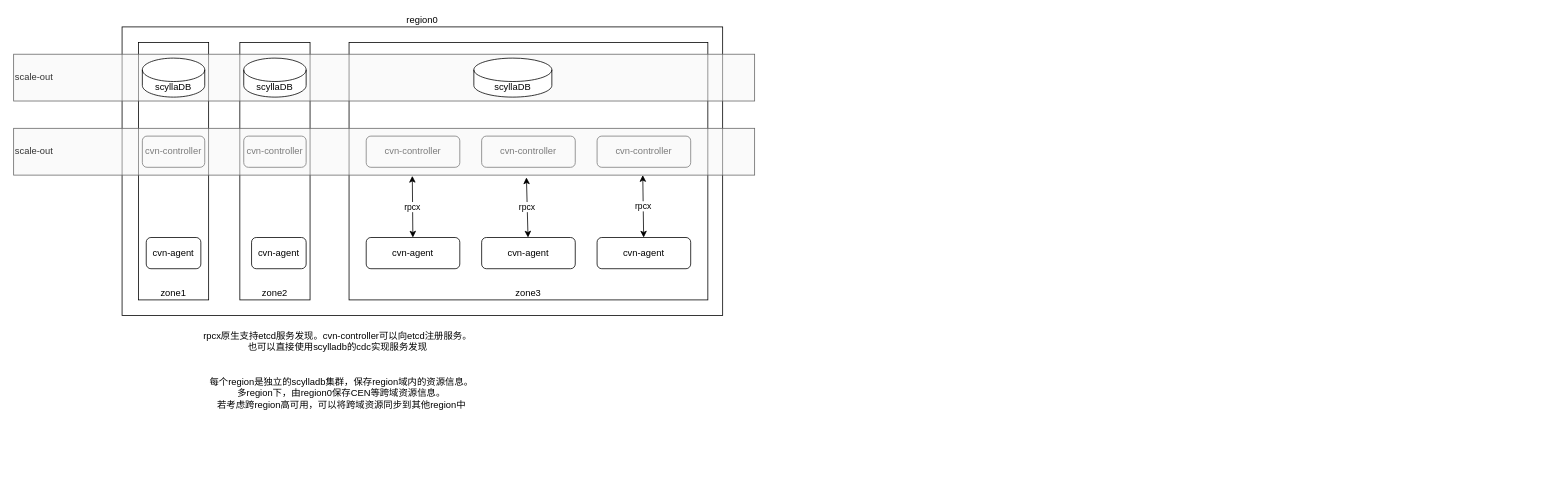
This is cvn.drawio from shenjiangc/openSDN, a draw.io file, before an edit. Source tidied: cells renumbered, new cells numbered last; positions are measured from the earlier drawing's top-left corner, leaving out a move shared by most shapes. Both pictures are drawn from the tidied source at 78%, with x=0, y=0 at pixel (13, 27).
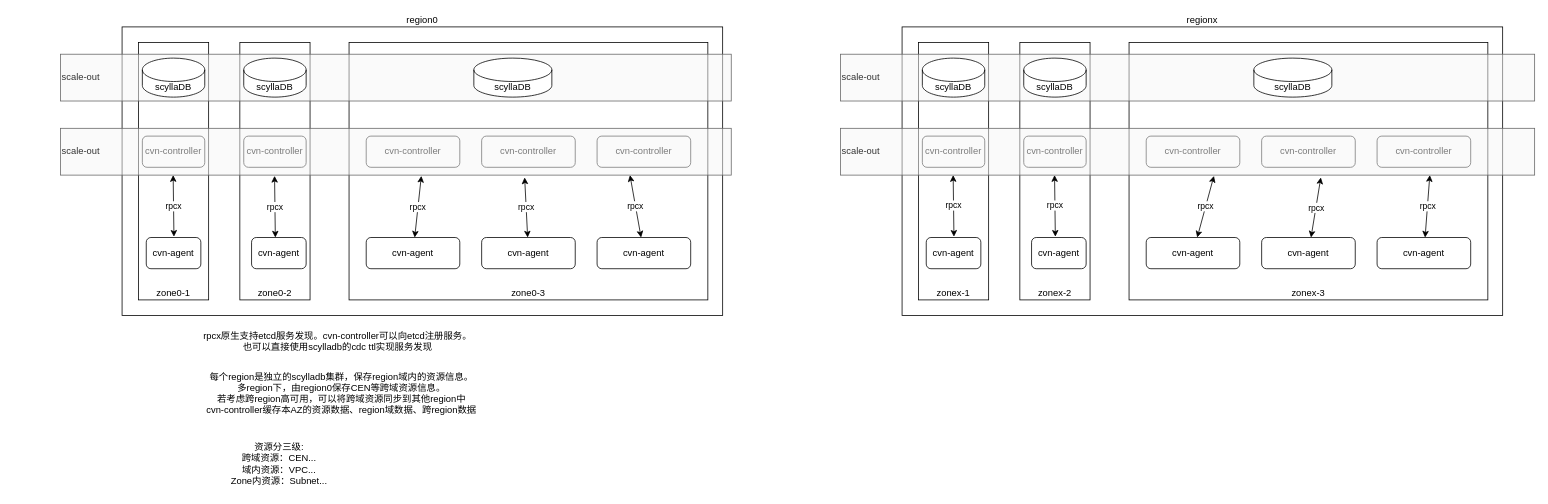
After the change.

Unchanged cells that the change refers to:
```xml
<mxCell id="11" value="cvn-agent" style="rounded=1;whiteSpace=wrap;html=1;" parent="1" vertex="1">
  <mxGeometry x="452" y="270" width="120" height="40" as="geometry" />
</mxCell>
```

The edit, as a diff of the source:
```diff
@@
-    <mxCell id="3" value="zone3" style="rounded=0;whiteSpace=wrap;html=1;verticalAlign=bottom;" parent="1" vertex="1">
+    <mxCell id="3" value="zone0-3" style="rounded=0;whiteSpace=wrap;html=1;verticalAlign=bottom;" parent="1" vertex="1">
       <mxGeometry x="430" y="20" width="460" height="330" as="geometry" />
     </mxCell>
-    <mxCell id="4" value="zone1" style="rounded=0;whiteSpace=wrap;html=1;verticalAlign=bottom;" parent="1" vertex="1">
+    <mxCell id="4" value="zone0-1" style="rounded=0;whiteSpace=wrap;html=1;verticalAlign=bottom;" parent="1" vertex="1">
       <mxGeometry x="160" y="20" width="90" height="330" as="geometry" />
     </mxCell>
-    <mxCell id="5" value="zone2" style="rounded=0;whiteSpace=wrap;html=1;verticalAlign=bottom;" parent="1" vertex="1">
+    <mxCell id="5" value="zone0-2" style="rounded=0;whiteSpace=wrap;html=1;verticalAlign=bottom;" parent="1" vertex="1">
       <mxGeometry x="290" y="20" width="90" height="330" as="geometry" />
     </mxCell>
@@
     <mxCell id="14" value="scale-out" style="rounded=0;whiteSpace=wrap;html=1;fillColor=#f5f5f5;fontColor=#333333;strokeColor=#666666;fillOpacity=50;align=left;" parent="1" vertex="1">
-      <mxGeometry y="35" width="950" height="60" as="geometry" />
+      <mxGeometry x="60" y="35" width="860" height="60" as="geometry" />
     </mxCell>
     <mxCell id="15" value="scale-out" style="rounded=0;whiteSpace=wrap;html=1;fillColor=#f5f5f5;fontColor=#333333;strokeColor=#666666;fillOpacity=50;align=left;" parent="1" vertex="1">
-      <mxGeometry y="130" width="950" height="60" as="geometry" />
+      <mxGeometry x="60" y="130" width="860" height="60" as="geometry" />
     </mxCell>
@@
     <mxCell id="18" value="rpcx" style="endArrow=classic;startArrow=classic;html=1;rounded=0;entryX=0.538;entryY=1.017;entryDx=0;entryDy=0;entryPerimeter=0;" parent="1" edge="1" source="11" target="15">
-      <mxGeometry relative="1" as="geometry" />
+      <mxGeometry x="-0.01" relative="1" as="geometry" />
     </mxCell>
@@
-    <mxCell id="21" value="rpcx原生支持etcd服务发现。cvn-controller可以向etcd注册服务。&lt;br&gt;也可以直接使用scylladb的cdc实现服务发现&lt;br&gt;" style="text;html=1;align=center;verticalAlign=middle;strokeColor=none;fillColor=none;" parent="1" vertex="1">
+    <mxCell id="21" value="rpcx原生支持etcd服务发现。cvn-controller可以向etcd注册服务。&lt;br&gt;也可以直接使用scylladb的cdc ttl实现服务发现" style="text;html=1;align=center;verticalAlign=middle;strokeColor=none;fillColor=none;" parent="1" vertex="1">
       <mxGeometry x="230" y="383" width="370" height="40" as="geometry" />
     </mxCell>
-    <mxCell id="22" value="每个region是独立的scylladb集群，保存region域内的资源信息。&lt;br&gt;多region下，由region0保存CEN等跨域资源信息。&lt;br&gt;若考虑跨region高可用，可以将跨域资源同步到其他region中" style="text;html=1;align=center;verticalAlign=middle;strokeColor=none;fillColor=none;" parent="1" vertex="1">
-      <mxGeometry x="240" y="440" width="360" height="60" as="geometry" />
+    <mxCell id="22" value="每个region是独立的scylladb集群，保存region域内的资源信息。&lt;br&gt;多region下，由region0保存CEN等跨域资源信息。&lt;br&gt;若考虑跨region高可用，可以将跨域资源同步到其他region中&lt;br&gt;cvn-controller缓存本AZ的资源数据、region域数据、跨region数据" style="text;html=1;align=center;verticalAlign=middle;strokeColor=none;fillColor=none;" parent="1" vertex="1">
+      <mxGeometry x="235" y="435" width="370" height="70" as="geometry" />
     </mxCell>
@@
+    <mxCell id="26" value="资源分三级:&lt;br&gt;跨域资源：CEN...&lt;br&gt;域内资源：VPC...&lt;br&gt;Zone内资源：Subnet..." style="text;html=1;align=center;verticalAlign=middle;strokeColor=none;fillColor=none;" parent="1" vertex="1">
+      <mxGeometry x="265" y="525" width="150" height="70" as="geometry" />
+    </mxCell>
+    <mxCell id="27" value="regionx" style="rounded=0;whiteSpace=wrap;html=1;labelPosition=center;verticalLabelPosition=top;align=center;verticalAlign=bottom;" parent="1" vertex="1">
+      <mxGeometry x="1139" width="770" height="370" as="geometry" />
+    </mxCell>
+    <mxCell id="28" value="zonex-3" style="rounded=0;whiteSpace=wrap;html=1;verticalAlign=bottom;" parent="1" vertex="1">
+      <mxGeometry x="1430" y="20" width="460" height="330" as="geometry" />
+    </mxCell>
+    <mxCell id="29" value="zonex-1" style="rounded=0;whiteSpace=wrap;html=1;verticalAlign=bottom;" parent="1" vertex="1">
+      <mxGeometry x="1160" y="20" width="90" height="330" as="geometry" />
+    </mxCell>
+    <mxCell id="30" value="zonex-2" style="rounded=0;whiteSpace=wrap;html=1;verticalAlign=bottom;" parent="1" vertex="1">
+      <mxGeometry x="1290" y="20" width="90" height="330" as="geometry" />
+    </mxCell>
+    <mxCell id="31" value="cvn-controller" style="rounded=1;whiteSpace=wrap;html=1;" parent="1" vertex="1">
+      <mxGeometry x="1452" y="140" width="120" height="40" as="geometry" />
+    </mxCell>
+    <mxCell id="32" value="cvn-controller" style="rounded=1;whiteSpace=wrap;html=1;" parent="1" vertex="1">
+      <mxGeometry x="1600" y="140" width="120" height="40" as="geometry" />
+    </mxCell>
+    <mxCell id="33" value="cvn-controller" style="rounded=1;whiteSpace=wrap;html=1;" parent="1" vertex="1">
+      <mxGeometry x="1748" y="140" width="120" height="40" as="geometry" />
+    </mxCell>
+    <mxCell id="34" value="cvn-controller" style="rounded=1;whiteSpace=wrap;html=1;" parent="1" vertex="1">
+      <mxGeometry x="1295" y="140" width="80" height="40" as="geometry" />
+    </mxCell>
+    <mxCell id="35" value="cvn-controller" style="rounded=1;whiteSpace=wrap;html=1;" parent="1" vertex="1">
+      <mxGeometry x="1165" y="140" width="80" height="40" as="geometry" />
+    </mxCell>
+    <mxCell id="36" value="cvn-agent" style="rounded=1;whiteSpace=wrap;html=1;" parent="1" vertex="1">
+      <mxGeometry x="1452" y="270" width="120" height="40" as="geometry" />
+    </mxCell>
+    <mxCell id="37" value="cvn-agent" style="rounded=1;whiteSpace=wrap;html=1;" parent="1" vertex="1">
+      <mxGeometry x="1600" y="270" width="120" height="40" as="geometry" />
+    </mxCell>
+    <mxCell id="38" value="cvn-agent" style="rounded=1;whiteSpace=wrap;html=1;" parent="1" vertex="1">
+      <mxGeometry x="1748" y="270" width="120" height="40" as="geometry" />
+    </mxCell>
+    <mxCell id="39" value="scale-out" style="rounded=0;whiteSpace=wrap;html=1;fillColor=#f5f5f5;fontColor=#333333;strokeColor=#666666;fillOpacity=50;align=left;" parent="1" vertex="1">
+      <mxGeometry x="1060" y="35" width="890" height="60" as="geometry" />
+    </mxCell>
+    <mxCell id="40" value="scale-out" style="rounded=0;whiteSpace=wrap;html=1;fillColor=#f5f5f5;fontColor=#333333;strokeColor=#666666;fillOpacity=50;align=left;" parent="1" vertex="1">
+      <mxGeometry x="1060" y="130" width="890" height="60" as="geometry" />
+    </mxCell>
+    <mxCell id="41" value="cvn-agent" style="rounded=1;whiteSpace=wrap;html=1;" parent="1" vertex="1">
+      <mxGeometry x="1170" y="270" width="70" height="40" as="geometry" />
+    </mxCell>
+    <mxCell id="42" value="cvn-agent" style="rounded=1;whiteSpace=wrap;html=1;" parent="1" vertex="1">
+      <mxGeometry x="1305" y="270" width="70" height="40" as="geometry" />
+    </mxCell>
+    <mxCell id="43" value="rpcx" style="endArrow=classic;startArrow=classic;html=1;rounded=0;entryX=0.538;entryY=1.017;entryDx=0;entryDy=0;entryPerimeter=0;" parent="1" edge="1" source="36" target="40">
+      <mxGeometry relative="1" as="geometry" />
+    </mxCell>
+    <mxCell id="44" value="rpcx" style="endArrow=classic;startArrow=classic;html=1;rounded=0;entryX=0.692;entryY=1.05;entryDx=0;entryDy=0;entryPerimeter=0;" parent="1" edge="1" source="37" target="40">
+      <mxGeometry relative="1" as="geometry" />
+    </mxCell>
+    <mxCell id="45" value="rpcx" style="endArrow=classic;startArrow=classic;html=1;rounded=0;entryX=0.849;entryY=1;entryDx=0;entryDy=0;entryPerimeter=0;" parent="1" edge="1" source="38" target="40">
+      <mxGeometry relative="1" as="geometry" />
+    </mxCell>
+    <mxCell id="46" value="scyllaDB" style="shape=cylinder3;whiteSpace=wrap;html=1;boundedLbl=1;backgroundOutline=1;size=15;" parent="1" vertex="1">
+      <mxGeometry x="1590" y="40" width="100" height="50" as="geometry" />
+    </mxCell>
+    <mxCell id="47" value="scyllaDB" style="shape=cylinder3;whiteSpace=wrap;html=1;boundedLbl=1;backgroundOutline=1;size=15;" parent="1" vertex="1">
+      <mxGeometry x="1295" y="40" width="80" height="50" as="geometry" />
+    </mxCell>
+    <mxCell id="48" value="scyllaDB" style="shape=cylinder3;whiteSpace=wrap;html=1;boundedLbl=1;backgroundOutline=1;size=15;" parent="1" vertex="1">
+      <mxGeometry x="1165" y="40" width="80" height="50" as="geometry" />
+    </mxCell>
+    <mxCell id="49" value="rpcx" style="endArrow=classic;startArrow=classic;html=1;rounded=0;entryX=0.538;entryY=1.017;entryDx=0;entryDy=0;entryPerimeter=0;" parent="1" edge="1">
+      <mxGeometry x="-0.01" relative="1" as="geometry">
+        <mxPoint x="335.5" y="270" as="sourcePoint" />
+        <mxPoint x="334.5" y="191" as="targetPoint" />
+      </mxGeometry>
+    </mxCell>
+    <mxCell id="50" value="rpcx" style="endArrow=classic;startArrow=classic;html=1;rounded=0;entryX=0.538;entryY=1.017;entryDx=0;entryDy=0;entryPerimeter=0;" parent="1" edge="1">
+      <mxGeometry x="-0.01" relative="1" as="geometry">
+        <mxPoint x="205.5" y="269" as="sourcePoint" />
+        <mxPoint x="204.5" y="190" as="targetPoint" />
+      </mxGeometry>
+    </mxCell>
+    <mxCell id="51" value="rpcx" style="endArrow=classic;startArrow=classic;html=1;rounded=0;entryX=0.538;entryY=1.017;entryDx=0;entryDy=0;entryPerimeter=0;" parent="1" edge="1">
+      <mxGeometry relative="1" as="geometry">
+        <mxPoint x="1335.5" y="269" as="sourcePoint" />
+        <mxPoint x="1334.5" y="190" as="targetPoint" />
+      </mxGeometry>
+    </mxCell>
+    <mxCell id="52" value="rpcx" style="endArrow=classic;startArrow=classic;html=1;rounded=0;entryX=0.538;entryY=1.017;entryDx=0;entryDy=0;entryPerimeter=0;" parent="1" edge="1">
+      <mxGeometry relative="1" as="geometry">
+        <mxPoint x="1205.5" y="269" as="sourcePoint" />
+        <mxPoint x="1204.5" y="190" as="targetPoint" />
+      </mxGeometry>
+    </mxCell>
```
